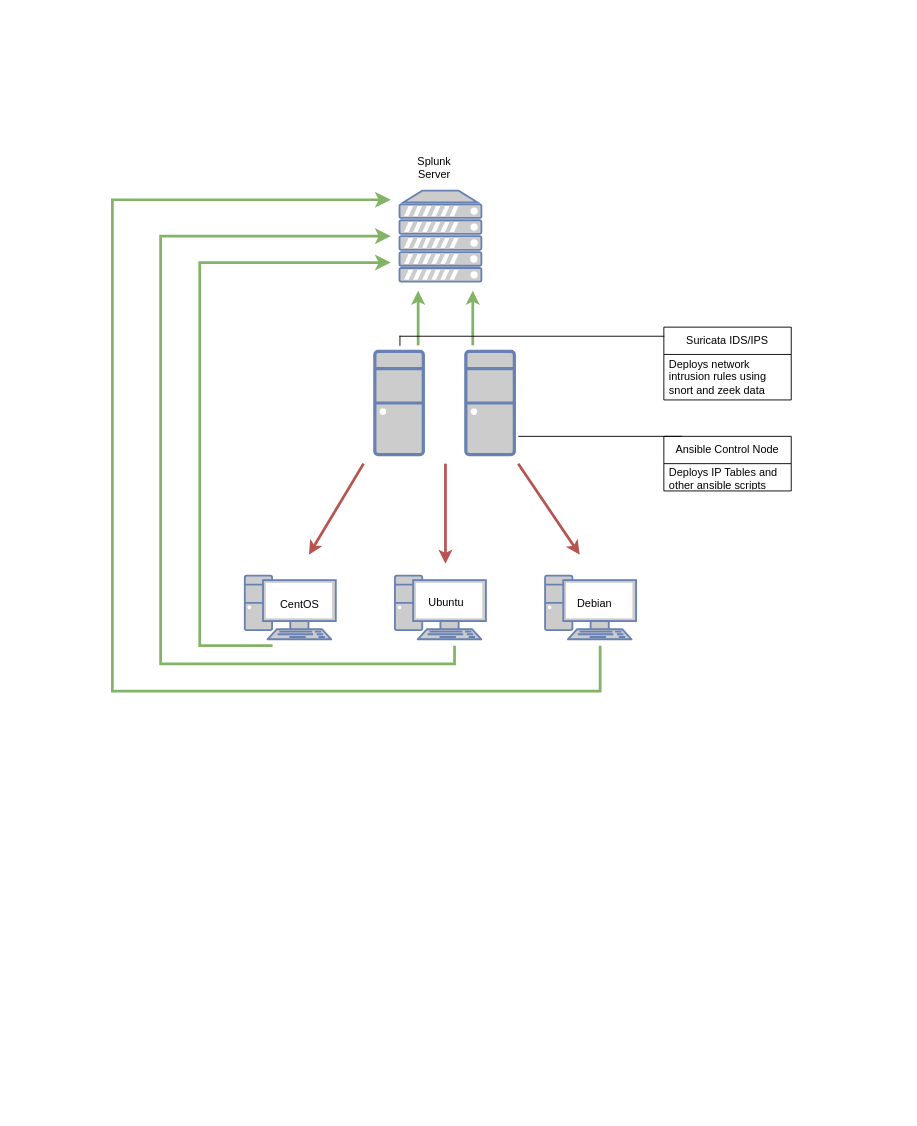
The draw.io diagram Lab Diagram.drawio in datboyblu3/TrainingGrounds, before the edit. Source tidied: cells renumbered, new cells numbered last; positions are measured from the earlier drawing's top-left corner, leaving out a move shared by most shapes. Both pictures are drawn from the tidied source at 91%, with x=0, y=0 at pixel (112, 154).
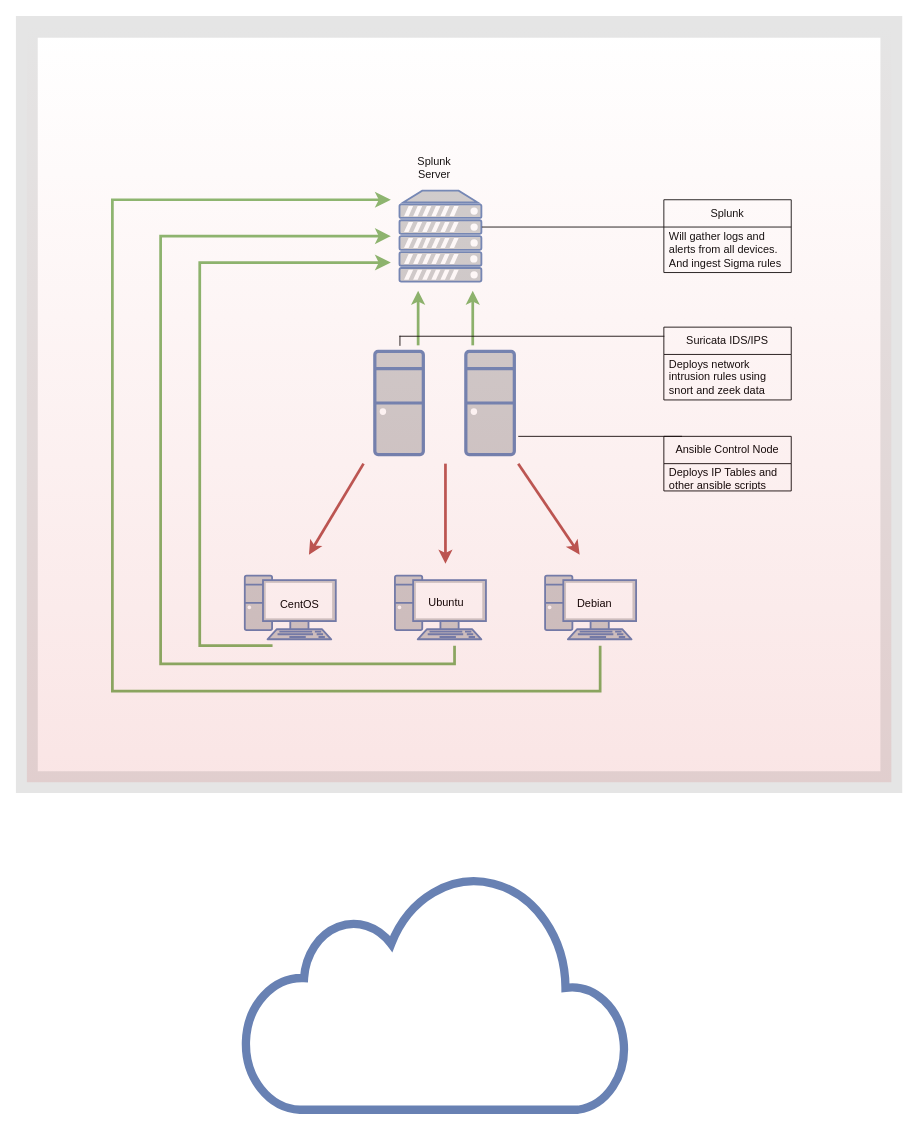
After the change.

What changed in the source:
```diff
@@
+    <mxCell id="29" value="Splunk" style="swimlane;fontStyle=0;horizontal=1;startSize=30;whiteSpace=wrap;html=1;" parent="1" vertex="1">
+      <mxGeometry x="606" y="50" width="140" height="80" as="geometry" />
+    </mxCell>
+    <mxCell id="30" value="Will gather logs and alerts from all devices. And ingest Sigma rules" style="text;strokeColor=none;fillColor=none;align=left;verticalAlign=middle;spacingLeft=4;spacingRight=4;overflow=hidden;whiteSpace=wrap;html=1;" parent="29" vertex="1">
+      <mxGeometry y="30" width="140" height="50" as="geometry" />
+    </mxCell>
+    <mxCell id="31" style="endArrow=none;html=1;rounded=0;" parent="1" edge="1">
+      <mxGeometry relative="1" as="geometry">
+        <mxPoint x="406" y="80" as="sourcePoint" />
+        <mxPoint x="606" y="80" as="targetPoint" />
+      </mxGeometry>
+    </mxCell>
+    <mxCell id="32" style="html=1;fillColor=#CCCCCC;strokeColor=#6881B3;gradientColor=none;gradientDirection=north;strokeWidth=2;shape=mxgraph.networks.cloud;fontColor=#ffffff;shadow=0;dashed=1;dashPattern=1 2;opacity=0;" parent="1" vertex="1">
+      <mxGeometry x="236" y="340" width="90" height="50" as="geometry" />
+    </mxCell>
+    <mxCell id="33" style="verticalLabelPosition=bottom;verticalAlign=top;html=1;shape=mxgraph.basic.rect;fillColor2=none;strokeWidth=24;size=20;indent=5;shadow=0;strokeColor=default;gradientColor=#CC0000;opacity=10;perimeterSpacing=0;fillColor=default;" parent="1" vertex="1">
+      <mxGeometry x="-94" y="-140" width="950" height="830" as="geometry" />
+    </mxCell>
+    <mxCell id="34" style="html=1;fillColor=#FFFFFF;strokeColor=#6881B3;gradientColor=none;gradientDirection=north;strokeWidth=2;shape=mxgraph.networks.cloud;fontColor=#ffffff;shadow=0;" parent="1" vertex="1">
+      <mxGeometry x="145.5" y="790" width="420" height="260" as="geometry" />
+    </mxCell>
```
